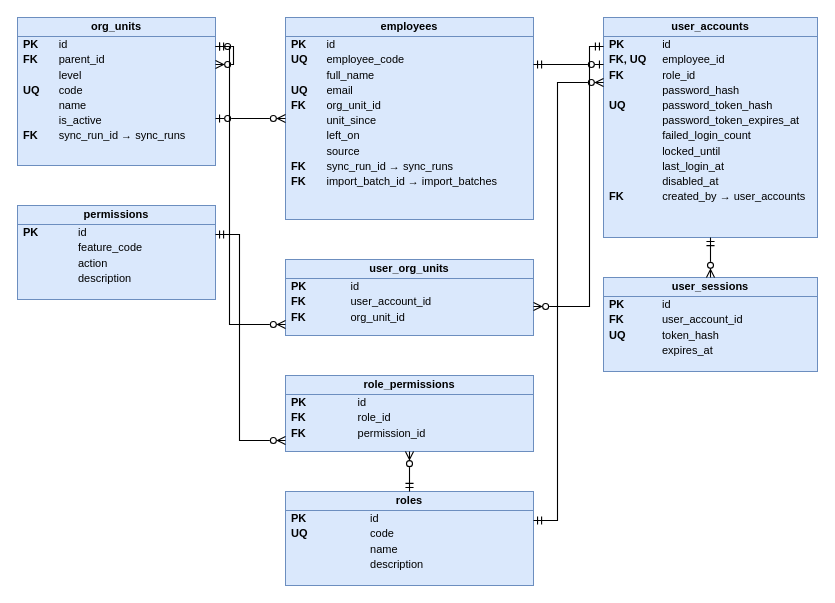
This is docs/database/diagrams/erd_organization.drawio from cuonglpv/VFast, a draw.io file, before an edit. Source tidied: cells renumbered, new cells numbered last; positions are measured from the earlier drawing's top-left corner, leaving out a move shared by most shapes. Both pictures are drawn from the tidied source at 100%, with x=0, y=0 at pixel (17, 17).
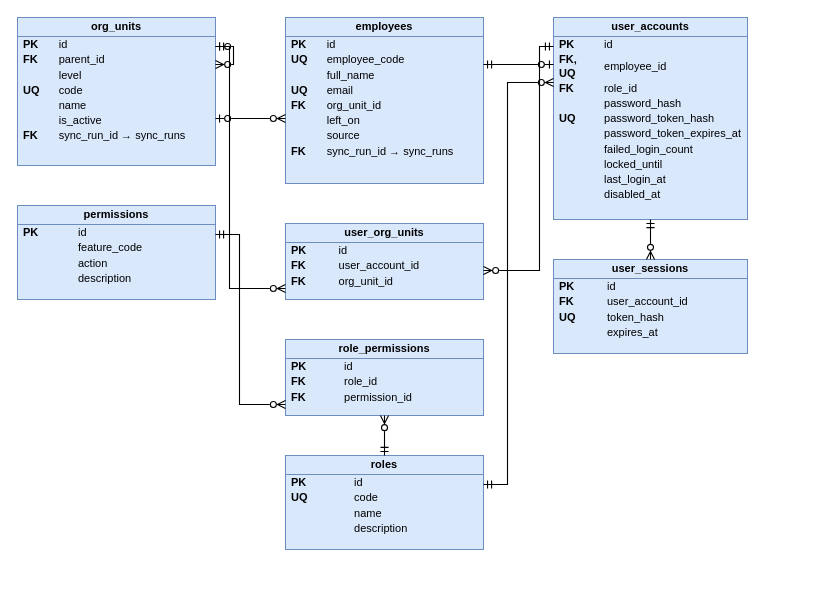
The same diagram, later.

The edit, as a diff of the source:
```diff
@@
-    <mxCell id="4" value="&lt;div style=&quot;font-weight:bold;text-align:center;padding:3px 0;border-bottom:1px solid #6C8EBF;&quot;&gt;employees&lt;/div&gt;&lt;table style=&quot;width:100%;font-size:11px;border-collapse:collapse;&quot;&gt;&lt;tr&gt;&lt;td style=&quot;padding:1px 8px 1px 6px;&quot;&gt;&lt;b&gt;PK&lt;/b&gt;&lt;/td&gt;&lt;td style=&quot;padding:1px 6px;&quot;&gt;id&lt;/td&gt;&lt;/tr&gt;&lt;tr&gt;&lt;td style=&quot;padding:1px 8px 1px 6px;&quot;&gt;&lt;b&gt;UQ&lt;/b&gt;&lt;/td&gt;&lt;td style=&quot;padding:1px 6px;&quot;&gt;employee_code&lt;/td&gt;&lt;/tr&gt;&lt;tr&gt;&lt;td style=&quot;padding:1px 8px 1px 6px;&quot;&gt;&lt;b&gt;&lt;/b&gt;&lt;/td&gt;&lt;td style=&quot;padding:1px 6px;&quot;&gt;full_name&lt;/td&gt;&lt;/tr&gt;&lt;tr&gt;&lt;td style=&quot;padding:1px 8px 1px 6px;&quot;&gt;&lt;b&gt;UQ&lt;/b&gt;&lt;/td&gt;&lt;td style=&quot;padding:1px 6px;&quot;&gt;email&lt;/td&gt;&lt;/tr&gt;&lt;tr&gt;&lt;td style=&quot;padding:1px 8px 1px 6px;&quot;&gt;&lt;b&gt;FK&lt;/b&gt;&lt;/td&gt;&lt;td style=&quot;padding:1px 6px;&quot;&gt;org_unit_id&lt;/td&gt;&lt;/tr&gt;&lt;tr&gt;&lt;td style=&quot;padding:1px 8px 1px 6px;&quot;&gt;&lt;b&gt;&lt;/b&gt;&lt;/td&gt;&lt;td style=&quot;padding:1px 6px;&quot;&gt;unit_since&lt;/td&gt;&lt;/tr&gt;&lt;tr&gt;&lt;td style=&quot;padding:1px 8px 1px 6px;&quot;&gt;&lt;b&gt;&lt;/b&gt;&lt;/td&gt;&lt;td style=&quot;padding:1px 6px;&quot;&gt;left_on&lt;/td&gt;&lt;/tr&gt;&lt;tr&gt;&lt;td style=&quot;padding:1px 8px 1px 6px;&quot;&gt;&lt;b&gt;&lt;/b&gt;&lt;/td&gt;&lt;td style=&quot;padding:1px 6px;&quot;&gt;source&lt;/td&gt;&lt;/tr&gt;&lt;tr&gt;&lt;td style=&quot;padding:1px 8px 1px 6px;&quot;&gt;&lt;b&gt;FK&lt;/b&gt;&lt;/td&gt;&lt;td style=&quot;padding:1px 6px;&quot;&gt;sync_run_id → sync_runs&lt;/td&gt;&lt;/tr&gt;&lt;tr&gt;&lt;td style=&quot;padding:1px 8px 1px 6px;&quot;&gt;&lt;b&gt;FK&lt;/b&gt;&lt;/td&gt;&lt;td style=&quot;padding:1px 6px;&quot;&gt;import_batch_id → import_batches&lt;/td&gt;&lt;/tr&gt;&lt;/table&gt;" style="rounded=0;whiteSpace=wrap;html=1;verticalAlign=top;align=left;spacing=0;overflow=fill;fillColor=#DAE8FC;strokeColor=#6C8EBF;fontSize=11;" parent="1" vertex="1">
-      <mxGeometry x="268" width="248" height="202" as="geometry" />
+    <mxCell id="4" value="&lt;div style=&quot;font-weight:bold;text-align:center;padding:3px 0;border-bottom:1px solid #6C8EBF;&quot;&gt;employees&lt;/div&gt;&lt;table style=&quot;width:100%;font-size:11px;border-collapse:collapse;&quot;&gt;&lt;tr&gt;&lt;td style=&quot;padding:1px 8px 1px 6px;&quot;&gt;&lt;b&gt;PK&lt;/b&gt;&lt;/td&gt;&lt;td style=&quot;padding:1px 6px;&quot;&gt;id&lt;/td&gt;&lt;/tr&gt;&lt;tr&gt;&lt;td style=&quot;padding:1px 8px 1px 6px;&quot;&gt;&lt;b&gt;UQ&lt;/b&gt;&lt;/td&gt;&lt;td style=&quot;padding:1px 6px;&quot;&gt;employee_code&lt;/td&gt;&lt;/tr&gt;&lt;tr&gt;&lt;td style=&quot;padding:1px 8px 1px 6px;&quot;&gt;&lt;b&gt;&lt;/b&gt;&lt;/td&gt;&lt;td style=&quot;padding:1px 6px;&quot;&gt;full_name&lt;/td&gt;&lt;/tr&gt;&lt;tr&gt;&lt;td style=&quot;padding:1px 8px 1px 6px;&quot;&gt;&lt;b&gt;UQ&lt;/b&gt;&lt;/td&gt;&lt;td style=&quot;padding:1px 6px;&quot;&gt;email&lt;/td&gt;&lt;/tr&gt;&lt;tr&gt;&lt;td style=&quot;padding:1px 8px 1px 6px;&quot;&gt;&lt;b&gt;FK&lt;/b&gt;&lt;/td&gt;&lt;td style=&quot;padding:1px 6px;&quot;&gt;org_unit_id&lt;/td&gt;&lt;/tr&gt;&lt;tr&gt;&lt;td style=&quot;padding:1px 8px 1px 6px;&quot;&gt;&lt;b&gt;&lt;/b&gt;&lt;/td&gt;&lt;td style=&quot;padding:1px 6px;&quot;&gt;left_on&lt;/td&gt;&lt;/tr&gt;&lt;tr&gt;&lt;td style=&quot;padding:1px 8px 1px 6px;&quot;&gt;&lt;b&gt;&lt;/b&gt;&lt;/td&gt;&lt;td style=&quot;padding:1px 6px;&quot;&gt;source&lt;/td&gt;&lt;/tr&gt;&lt;tr&gt;&lt;td style=&quot;padding:1px 8px 1px 6px;&quot;&gt;&lt;b&gt;FK&lt;/b&gt;&lt;/td&gt;&lt;td style=&quot;padding:1px 6px;&quot;&gt;sync_run_id → sync_runs&lt;/td&gt;&lt;/tr&gt;&lt;/table&gt;" style="rounded=0;whiteSpace=wrap;html=1;verticalAlign=top;align=left;spacing=0;overflow=fill;fillColor=#DAE8FC;strokeColor=#6C8EBF;fontSize=11;" parent="1" vertex="1">
+      <mxGeometry x="268" width="198" height="166" as="geometry" />
     </mxCell>
     <mxCell id="5" value="&lt;div style=&quot;font-weight:bold;text-align:center;padding:3px 0;border-bottom:1px solid #6C8EBF;&quot;&gt;user_org_units&lt;/div&gt;&lt;table style=&quot;width:100%;font-size:11px;border-collapse:collapse;&quot;&gt;&lt;tr&gt;&lt;td style=&quot;padding:1px 8px 1px 6px;&quot;&gt;&lt;b&gt;PK&lt;/b&gt;&lt;/td&gt;&lt;td style=&quot;padding:1px 6px;&quot;&gt;id&lt;/td&gt;&lt;/tr&gt;&lt;tr&gt;&lt;td style=&quot;padding:1px 8px 1px 6px;&quot;&gt;&lt;b&gt;FK&lt;/b&gt;&lt;/td&gt;&lt;td style=&quot;padding:1px 6px;&quot;&gt;user_account_id&lt;/td&gt;&lt;/tr&gt;&lt;tr&gt;&lt;td style=&quot;padding:1px 8px 1px 6px;&quot;&gt;&lt;b&gt;FK&lt;/b&gt;&lt;/td&gt;&lt;td style=&quot;padding:1px 6px;&quot;&gt;org_unit_id&lt;/td&gt;&lt;/tr&gt;&lt;/table&gt;" style="rounded=0;whiteSpace=wrap;html=1;verticalAlign=top;align=left;spacing=0;overflow=fill;fillColor=#DAE8FC;strokeColor=#6C8EBF;fontSize=11;" parent="1" vertex="1">
-      <mxGeometry x="268" y="242" width="248" height="76" as="geometry" />
+      <mxGeometry x="268" y="206" width="198" height="76" as="geometry" />
     </mxCell>
     <mxCell id="6" value="&lt;div style=&quot;font-weight:bold;text-align:center;padding:3px 0;border-bottom:1px solid #6C8EBF;&quot;&gt;role_permissions&lt;/div&gt;&lt;table style=&quot;width:100%;font-size:11px;border-collapse:collapse;&quot;&gt;&lt;tr&gt;&lt;td style=&quot;padding:1px 8px 1px 6px;&quot;&gt;&lt;b&gt;PK&lt;/b&gt;&lt;/td&gt;&lt;td style=&quot;padding:1px 6px;&quot;&gt;id&lt;/td&gt;&lt;/tr&gt;&lt;tr&gt;&lt;td style=&quot;padding:1px 8px 1px 6px;&quot;&gt;&lt;b&gt;FK&lt;/b&gt;&lt;/td&gt;&lt;td style=&quot;padding:1px 6px;&quot;&gt;role_id&lt;/td&gt;&lt;/tr&gt;&lt;tr&gt;&lt;td style=&quot;padding:1px 8px 1px 6px;&quot;&gt;&lt;b&gt;FK&lt;/b&gt;&lt;/td&gt;&lt;td style=&quot;padding:1px 6px;&quot;&gt;permission_id&lt;/td&gt;&lt;/tr&gt;&lt;/table&gt;" style="rounded=0;whiteSpace=wrap;html=1;verticalAlign=top;align=left;spacing=0;overflow=fill;fillColor=#DAE8FC;strokeColor=#6C8EBF;fontSize=11;" parent="1" vertex="1">
-      <mxGeometry x="268" y="358" width="248" height="76" as="geometry" />
+      <mxGeometry x="268" y="322" width="198" height="76" as="geometry" />
     </mxCell>
     <mxCell id="7" value="&lt;div style=&quot;font-weight:bold;text-align:center;padding:3px 0;border-bottom:1px solid #6C8EBF;&quot;&gt;roles&lt;/div&gt;&lt;table style=&quot;width:100%;font-size:11px;border-collapse:collapse;&quot;&gt;&lt;tr&gt;&lt;td style=&quot;padding:1px 8px 1px 6px;&quot;&gt;&lt;b&gt;PK&lt;/b&gt;&lt;/td&gt;&lt;td style=&quot;padding:1px 6px;&quot;&gt;id&lt;/td&gt;&lt;/tr&gt;&lt;tr&gt;&lt;td style=&quot;padding:1px 8px 1px 6px;&quot;&gt;&lt;b&gt;UQ&lt;/b&gt;&lt;/td&gt;&lt;td style=&quot;padding:1px 6px;&quot;&gt;code&lt;/td&gt;&lt;/tr&gt;&lt;tr&gt;&lt;td style=&quot;padding:1px 8px 1px 6px;&quot;&gt;&lt;b&gt;&lt;/b&gt;&lt;/td&gt;&lt;td style=&quot;padding:1px 6px;&quot;&gt;name&lt;/td&gt;&lt;/tr&gt;&lt;tr&gt;&lt;td style=&quot;padding:1px 8px 1px 6px;&quot;&gt;&lt;b&gt;&lt;/b&gt;&lt;/td&gt;&lt;td style=&quot;padding:1px 6px;&quot;&gt;description&lt;/td&gt;&lt;/tr&gt;&lt;/table&gt;" style="rounded=0;whiteSpace=wrap;html=1;verticalAlign=top;align=left;spacing=0;overflow=fill;fillColor=#DAE8FC;strokeColor=#6C8EBF;fontSize=11;" parent="1" vertex="1">
-      <mxGeometry x="268" y="474" width="248" height="94" as="geometry" />
+      <mxGeometry x="268" y="438" width="198" height="94" as="geometry" />
     </mxCell>
-    <mxCell id="8" value="&lt;div style=&quot;font-weight:bold;text-align:center;padding:3px 0;border-bottom:1px solid #6C8EBF;&quot;&gt;user_accounts&lt;/div&gt;&lt;table style=&quot;width:100%;font-size:11px;border-collapse:collapse;&quot;&gt;&lt;tr&gt;&lt;td style=&quot;padding:1px 8px 1px 6px;&quot;&gt;&lt;b&gt;PK&lt;/b&gt;&lt;/td&gt;&lt;td style=&quot;padding:1px 6px;&quot;&gt;id&lt;/td&gt;&lt;/tr&gt;&lt;tr&gt;&lt;td style=&quot;padding:1px 8px 1px 6px;&quot;&gt;&lt;b&gt;FK, UQ&lt;/b&gt;&lt;/td&gt;&lt;td style=&quot;padding:1px 6px;&quot;&gt;employee_id&lt;/td&gt;&lt;/tr&gt;&lt;tr&gt;&lt;td style=&quot;padding:1px 8px 1px 6px;&quot;&gt;&lt;b&gt;FK&lt;/b&gt;&lt;/td&gt;&lt;td style=&quot;padding:1px 6px;&quot;&gt;role_id&lt;/td&gt;&lt;/tr&gt;&lt;tr&gt;&lt;td style=&quot;padding:1px 8px 1px 6px;&quot;&gt;&lt;b&gt;&lt;/b&gt;&lt;/td&gt;&lt;td style=&quot;padding:1px 6px;&quot;&gt;password_hash&lt;/td&gt;&lt;/tr&gt;&lt;tr&gt;&lt;td style=&quot;padding:1px 8px 1px 6px;&quot;&gt;&lt;b&gt;UQ&lt;/b&gt;&lt;/td&gt;&lt;td style=&quot;padding:1px 6px;&quot;&gt;password_token_hash&lt;/td&gt;&lt;/tr&gt;&lt;tr&gt;&lt;td style=&quot;padding:1px 8px 1px 6px;&quot;&gt;&lt;b&gt;&lt;/b&gt;&lt;/td&gt;&lt;td style=&quot;padding:1px 6px;&quot;&gt;password_token_expires_at&lt;/td&gt;&lt;/tr&gt;&lt;tr&gt;&lt;td style=&quot;padding:1px 8px 1px 6px;&quot;&gt;&lt;b&gt;&lt;/b&gt;&lt;/td&gt;&lt;td style=&quot;padding:1px 6px;&quot;&gt;failed_login_count&lt;/td&gt;&lt;/tr&gt;&lt;tr&gt;&lt;td style=&quot;padding:1px 8px 1px 6px;&quot;&gt;&lt;b&gt;&lt;/b&gt;&lt;/td&gt;&lt;td style=&quot;padding:1px 6px;&quot;&gt;locked_until&lt;/td&gt;&lt;/tr&gt;&lt;tr&gt;&lt;td style=&quot;padding:1px 8px 1px 6px;&quot;&gt;&lt;b&gt;&lt;/b&gt;&lt;/td&gt;&lt;td style=&quot;padding:1px 6px;&quot;&gt;last_login_at&lt;/td&gt;&lt;/tr&gt;&lt;tr&gt;&lt;td style=&quot;padding:1px 8px 1px 6px;&quot;&gt;&lt;b&gt;&lt;/b&gt;&lt;/td&gt;&lt;td style=&quot;padding:1px 6px;&quot;&gt;disabled_at&lt;/td&gt;&lt;/tr&gt;&lt;tr&gt;&lt;td style=&quot;padding:1px 8px 1px 6px;&quot;&gt;&lt;b&gt;FK&lt;/b&gt;&lt;/td&gt;&lt;td style=&quot;padding:1px 6px;&quot;&gt;created_by → user_accounts&lt;/td&gt;&lt;/tr&gt;&lt;/table&gt;" style="rounded=0;whiteSpace=wrap;html=1;verticalAlign=top;align=left;spacing=0;overflow=fill;fillColor=#DAE8FC;strokeColor=#6C8EBF;fontSize=11;" parent="1" vertex="1">
-      <mxGeometry x="586" width="214" height="220" as="geometry" />
+    <mxCell id="8" value="&lt;div style=&quot;font-weight:bold;text-align:center;padding:3px 0;border-bottom:1px solid #6C8EBF;&quot;&gt;user_accounts&lt;/div&gt;&lt;table style=&quot;width:100%;font-size:11px;border-collapse:collapse;&quot;&gt;&lt;tr&gt;&lt;td style=&quot;padding:1px 8px 1px 6px;&quot;&gt;&lt;b&gt;PK&lt;/b&gt;&lt;/td&gt;&lt;td style=&quot;padding:1px 6px;&quot;&gt;id&lt;/td&gt;&lt;/tr&gt;&lt;tr&gt;&lt;td style=&quot;padding:1px 8px 1px 6px;&quot;&gt;&lt;b&gt;FK, UQ&lt;/b&gt;&lt;/td&gt;&lt;td style=&quot;padding:1px 6px;&quot;&gt;employee_id&lt;/td&gt;&lt;/tr&gt;&lt;tr&gt;&lt;td style=&quot;padding:1px 8px 1px 6px;&quot;&gt;&lt;b&gt;FK&lt;/b&gt;&lt;/td&gt;&lt;td style=&quot;padding:1px 6px;&quot;&gt;role_id&lt;/td&gt;&lt;/tr&gt;&lt;tr&gt;&lt;td style=&quot;padding:1px 8px 1px 6px;&quot;&gt;&lt;b&gt;&lt;/b&gt;&lt;/td&gt;&lt;td style=&quot;padding:1px 6px;&quot;&gt;password_hash&lt;/td&gt;&lt;/tr&gt;&lt;tr&gt;&lt;td style=&quot;padding:1px 8px 1px 6px;&quot;&gt;&lt;b&gt;UQ&lt;/b&gt;&lt;/td&gt;&lt;td style=&quot;padding:1px 6px;&quot;&gt;password_token_hash&lt;/td&gt;&lt;/tr&gt;&lt;tr&gt;&lt;td style=&quot;padding:1px 8px 1px 6px;&quot;&gt;&lt;b&gt;&lt;/b&gt;&lt;/td&gt;&lt;td style=&quot;padding:1px 6px;&quot;&gt;password_token_expires_at&lt;/td&gt;&lt;/tr&gt;&lt;tr&gt;&lt;td style=&quot;padding:1px 8px 1px 6px;&quot;&gt;&lt;b&gt;&lt;/b&gt;&lt;/td&gt;&lt;td style=&quot;padding:1px 6px;&quot;&gt;failed_login_count&lt;/td&gt;&lt;/tr&gt;&lt;tr&gt;&lt;td style=&quot;padding:1px 8px 1px 6px;&quot;&gt;&lt;b&gt;&lt;/b&gt;&lt;/td&gt;&lt;td style=&quot;padding:1px 6px;&quot;&gt;locked_until&lt;/td&gt;&lt;/tr&gt;&lt;tr&gt;&lt;td style=&quot;padding:1px 8px 1px 6px;&quot;&gt;&lt;b&gt;&lt;/b&gt;&lt;/td&gt;&lt;td style=&quot;padding:1px 6px;&quot;&gt;last_login_at&lt;/td&gt;&lt;/tr&gt;&lt;tr&gt;&lt;td style=&quot;padding:1px 8px 1px 6px;&quot;&gt;&lt;b&gt;&lt;/b&gt;&lt;/td&gt;&lt;td style=&quot;padding:1px 6px;&quot;&gt;disabled_at&lt;/td&gt;&lt;/tr&gt;&lt;/table&gt;" style="rounded=0;whiteSpace=wrap;html=1;verticalAlign=top;align=left;spacing=0;overflow=fill;fillColor=#DAE8FC;strokeColor=#6C8EBF;fontSize=11;" parent="1" vertex="1">
+      <mxGeometry x="536" width="194" height="202" as="geometry" />
     </mxCell>
     <mxCell id="9" value="&lt;div style=&quot;font-weight:bold;text-align:center;padding:3px 0;border-bottom:1px solid #6C8EBF;&quot;&gt;user_sessions&lt;/div&gt;&lt;table style=&quot;width:100%;font-size:11px;border-collapse:collapse;&quot;&gt;&lt;tr&gt;&lt;td style=&quot;padding:1px 8px 1px 6px;&quot;&gt;&lt;b&gt;PK&lt;/b&gt;&lt;/td&gt;&lt;td style=&quot;padding:1px 6px;&quot;&gt;id&lt;/td&gt;&lt;/tr&gt;&lt;tr&gt;&lt;td style=&quot;padding:1px 8px 1px 6px;&quot;&gt;&lt;b&gt;FK&lt;/b&gt;&lt;/td&gt;&lt;td style=&quot;padding:1px 6px;&quot;&gt;user_account_id&lt;/td&gt;&lt;/tr&gt;&lt;tr&gt;&lt;td style=&quot;padding:1px 8px 1px 6px;&quot;&gt;&lt;b&gt;UQ&lt;/b&gt;&lt;/td&gt;&lt;td style=&quot;padding:1px 6px;&quot;&gt;token_hash&lt;/td&gt;&lt;/tr&gt;&lt;tr&gt;&lt;td style=&quot;padding:1px 8px 1px 6px;&quot;&gt;&lt;b&gt;&lt;/b&gt;&lt;/td&gt;&lt;td style=&quot;padding:1px 6px;&quot;&gt;expires_at&lt;/td&gt;&lt;/tr&gt;&lt;/table&gt;" style="rounded=0;whiteSpace=wrap;html=1;verticalAlign=top;align=left;spacing=0;overflow=fill;fillColor=#DAE8FC;strokeColor=#6C8EBF;fontSize=11;" parent="1" vertex="1">
-      <mxGeometry x="586" y="260" width="214" height="94" as="geometry" />
+      <mxGeometry x="536" y="242" width="194" height="94" as="geometry" />
     </mxCell>
@@
-    <mxCell id="11" style="html=1;rounded=0;endArrow=ERzeroToMany;endFill=0;startArrow=ERmandOne;startFill=0;strokeColor=#000000;strokeWidth=1.1;" parent="1" edge="1">
+    <mxCell id="11" style="html=1;rounded=0;endArrow=ERzeroToMany;endFill=0;startArrow=ERzeroToOne;startFill=0;strokeColor=#000000;strokeWidth=1.1;" parent="1" edge="1">
       <mxGeometry relative="1" as="geometry">
         <mxPoint x="198" y="29" as="sourcePoint" />
-        <mxPoint x="268" y="307" as="targetPoint" />
+        <mxPoint x="198" y="47" as="targetPoint" />
         <Array as="points">
-          <mxPoint x="212" y="29" />
-          <mxPoint x="212" y="307" />
+          <mxPoint x="216" y="29" />
+          <mxPoint x="216" y="47" />
         </Array>
       </mxGeometry>
     </mxCell>
-    <mxCell id="12" style="html=1;rounded=0;endArrow=ERzeroToMany;endFill=0;startArrow=ERzeroToOne;startFill=0;strokeColor=#000000;strokeWidth=1.1;" parent="1" edge="1">
+    <mxCell id="12" style="html=1;rounded=0;endArrow=ERzeroToMany;endFill=0;startArrow=ERmandOne;startFill=0;strokeColor=#000000;strokeWidth=1.1;" parent="1" edge="1">
       <mxGeometry relative="1" as="geometry">
         <mxPoint x="198" y="29" as="sourcePoint" />
-        <mxPoint x="198" y="47" as="targetPoint" />
+        <mxPoint x="268" y="271" as="targetPoint" />
         <Array as="points">
-          <mxPoint x="216" y="29" />
-          <mxPoint x="216" y="47" />
+          <mxPoint x="212" y="29" />
+          <mxPoint x="212" y="271" />
         </Array>
       </mxGeometry>
     </mxCell>
     <mxCell id="13" style="html=1;rounded=0;endArrow=ERzeroToMany;endFill=0;startArrow=ERmandOne;startFill=0;strokeColor=#000000;strokeWidth=1.1;" parent="1" edge="1">
       <mxGeometry relative="1" as="geometry">
         <mxPoint x="198" y="217" as="sourcePoint" />
-        <mxPoint x="268" y="423" as="targetPoint" />
+        <mxPoint x="268" y="387" as="targetPoint" />
         <Array as="points">
           <mxPoint x="222" y="217" />
-          <mxPoint x="222" y="423" />
+          <mxPoint x="222" y="387" />
         </Array>
       </mxGeometry>
     </mxCell>
     <mxCell id="14" style="html=1;rounded=0;endArrow=ERzeroToOne;endFill=0;startArrow=ERmandOne;startFill=0;strokeColor=#000000;strokeWidth=1.1;" parent="1" edge="1">
       <mxGeometry relative="1" as="geometry">
-        <mxPoint x="516" y="47" as="sourcePoint" />
-        <mxPoint x="586" y="47" as="targetPoint" />
+        <mxPoint x="466" y="47" as="sourcePoint" />
+        <mxPoint x="536" y="47" as="targetPoint" />
       </mxGeometry>
     </mxCell>
     <mxCell id="15" style="html=1;rounded=0;endArrow=ERzeroToMany;endFill=0;startArrow=ERmandOne;startFill=0;strokeColor=#000000;strokeWidth=1.1;" parent="1" edge="1">
       <mxGeometry relative="1" as="geometry">
-        <mxPoint x="516" y="503" as="sourcePoint" />
-        <mxPoint x="586" y="65" as="targetPoint" />
-        <Array as="points">
-          <mxPoint x="540" y="503" />
-          <mxPoint x="540" y="65" />
-        </Array>
+        <mxPoint x="367" y="438" as="sourcePoint" />
+        <mxPoint x="367" y="398" as="targetPoint" />
       </mxGeometry>
     </mxCell>
     <mxCell id="16" style="html=1;rounded=0;endArrow=ERzeroToMany;endFill=0;startArrow=ERmandOne;startFill=0;strokeColor=#000000;strokeWidth=1.1;" parent="1" edge="1">
       <mxGeometry relative="1" as="geometry">
-        <mxPoint x="392" y="474" as="sourcePoint" />
-        <mxPoint x="392" y="434" as="targetPoint" />
+        <mxPoint x="466" y="467" as="sourcePoint" />
+        <mxPoint x="536" y="65" as="targetPoint" />
+        <Array as="points">
+          <mxPoint x="490" y="467" />
+          <mxPoint x="490" y="65" />
+        </Array>
       </mxGeometry>
     </mxCell>
     <mxCell id="17" style="html=1;rounded=0;endArrow=ERzeroToMany;endFill=0;startArrow=ERmandOne;startFill=0;strokeColor=#000000;strokeWidth=1.1;" parent="1" edge="1">
       <mxGeometry relative="1" as="geometry">
-        <mxPoint x="693" y="220" as="sourcePoint" />
-        <mxPoint x="693" y="260" as="targetPoint" />
+        <mxPoint x="633" y="202" as="sourcePoint" />
+        <mxPoint x="633" y="242" as="targetPoint" />
       </mxGeometry>
     </mxCell>
     <mxCell id="18" style="html=1;rounded=0;endArrow=ERzeroToMany;endFill=0;startArrow=ERmandOne;startFill=0;strokeColor=#000000;strokeWidth=1.1;" parent="1" edge="1">
       <mxGeometry relative="1" as="geometry">
-        <mxPoint x="586" y="29" as="sourcePoint" />
-        <mxPoint x="516" y="289" as="targetPoint" />
+        <mxPoint x="536" y="29" as="sourcePoint" />
+        <mxPoint x="466" y="253" as="targetPoint" />
         <Array as="points">
-          <mxPoint x="572" y="29" />
-          <mxPoint x="572" y="289" />
+          <mxPoint x="522" y="29" />
+          <mxPoint x="522" y="253" />
         </Array>
       </mxGeometry>
     </mxCell>
```
